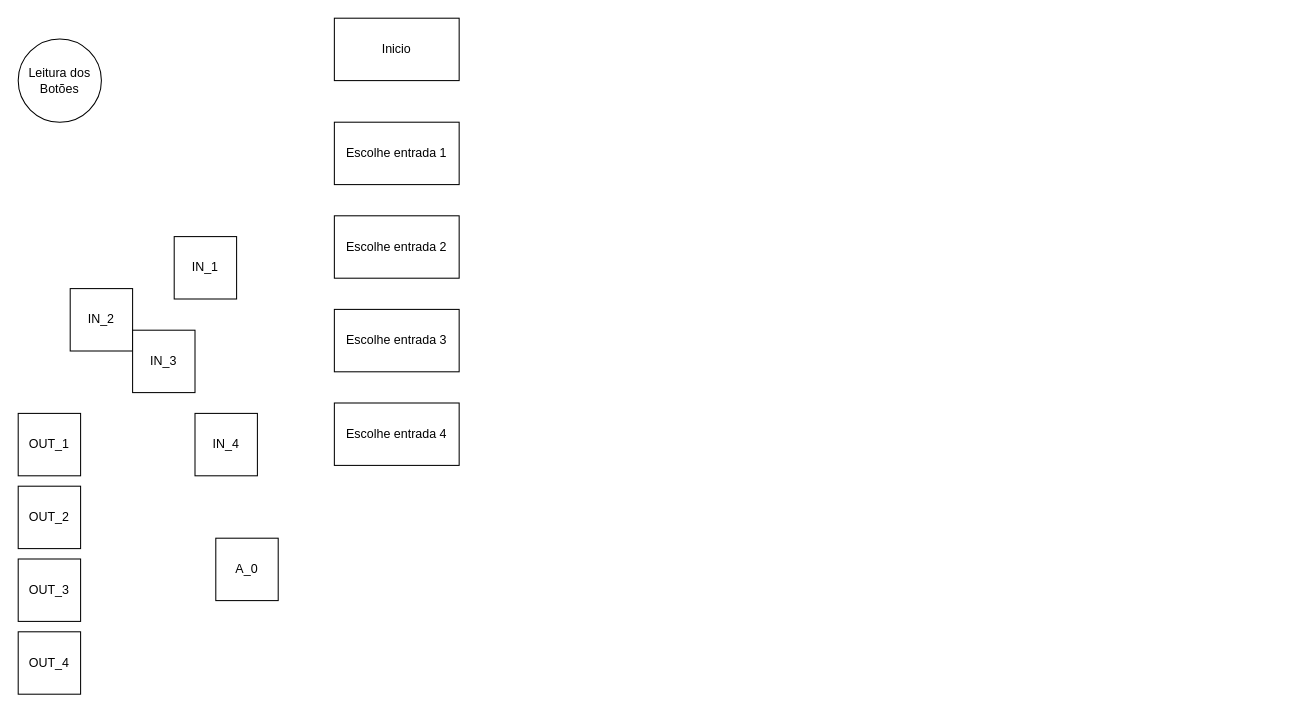
klauck-daniel/interfaceamentoDrivesUNISINOS keeps this draw.io diagram as 20230605_ESP32_TrabFinal/Diagrama sem nome.drawio. Above is the earlier version. Source tidied: cells renumbered, new cells numbered last; positions are measured from the earlier drawing's top-left corner, leaving out a move shared by most shapes. Both pictures are drawn from the tidied source at 104%, with x=0, y=0 at pixel (18, 18).
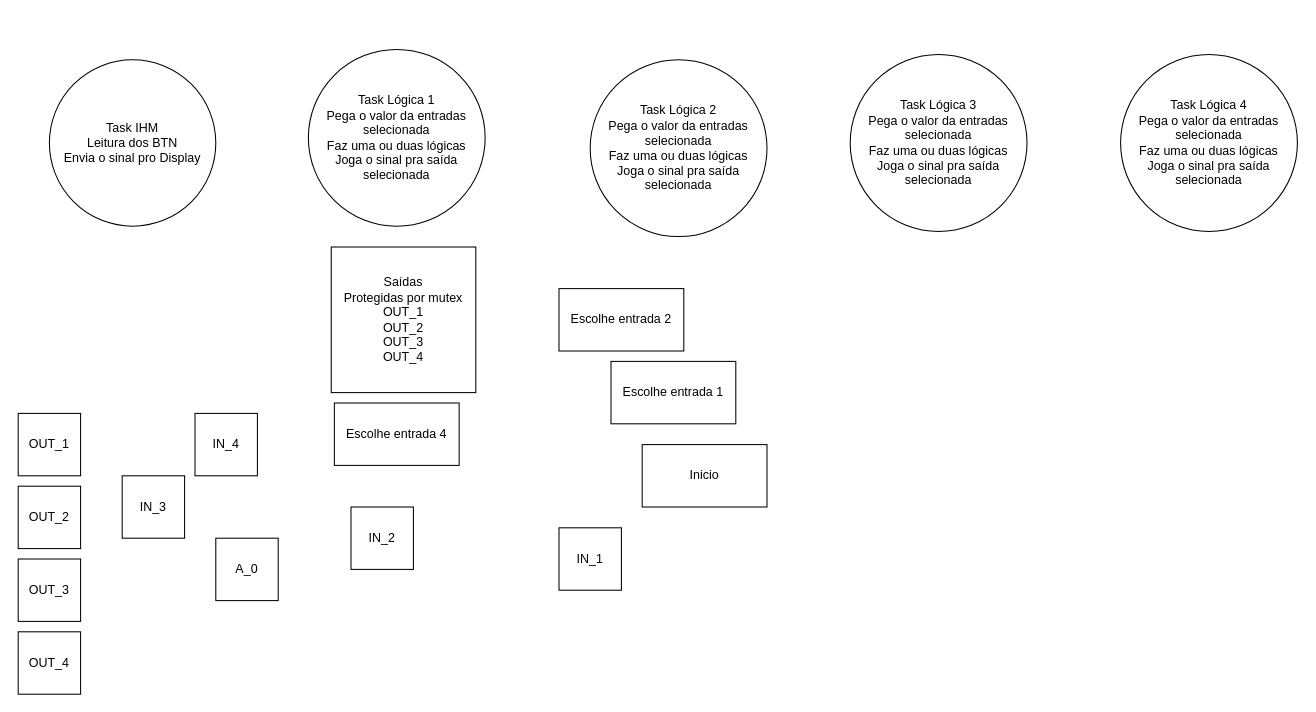
The same page after the edit.

Diff of the diagram source:
```diff
@@
     <mxCell id="2" value="IN_1" style="rounded=0;whiteSpace=wrap;html=1;" parent="1" vertex="1">
-      <mxGeometry x="150" y="210" width="60" height="60" as="geometry" />
+      <mxGeometry x="520" y="490" width="60" height="60" as="geometry" />
     </mxCell>
     <mxCell id="3" value="IN_2" style="rounded=0;whiteSpace=wrap;html=1;" parent="1" vertex="1">
-      <mxGeometry x="50" y="260" width="60" height="60" as="geometry" />
+      <mxGeometry x="320" y="470" width="60" height="60" as="geometry" />
     </mxCell>
     <mxCell id="4" value="IN_3" style="rounded=0;whiteSpace=wrap;html=1;" parent="1" vertex="1">
-      <mxGeometry x="110" y="300" width="60" height="60" as="geometry" />
+      <mxGeometry x="100" y="440" width="60" height="60" as="geometry" />
     </mxCell>
@@
     <mxCell id="11" value="Inicio" style="rounded=0;whiteSpace=wrap;html=1;" parent="1" vertex="1">
-      <mxGeometry x="304" width="120" height="60" as="geometry" />
+      <mxGeometry x="600" y="410" width="120" height="60" as="geometry" />
     </mxCell>
     <mxCell id="12" value="Escolhe entrada 1" style="rounded=0;whiteSpace=wrap;html=1;" parent="1" vertex="1">
-      <mxGeometry x="304" y="100" width="120" height="60" as="geometry" />
+      <mxGeometry x="570" y="330" width="120" height="60" as="geometry" />
     </mxCell>
     <mxCell id="13" value="Escolhe entrada 2" style="rounded=0;whiteSpace=wrap;html=1;" parent="1" vertex="1">
-      <mxGeometry x="304" y="190" width="120" height="60" as="geometry" />
+      <mxGeometry x="520" y="260" width="120" height="60" as="geometry" />
     </mxCell>
-    <mxCell id="14" value="Escolhe entrada 3" style="rounded=0;whiteSpace=wrap;html=1;" parent="1" vertex="1">
-      <mxGeometry x="304" y="280" width="120" height="60" as="geometry" />
+    <mxCell id="14" value="Saídas&lt;br&gt;Protegidas por mutex&lt;br&gt;OUT_1&lt;br&gt;OUT_2&lt;br&gt;OUT_3&lt;br style=&quot;border-color: var(--border-color);&quot;&gt;OUT_4" style="rounded=0;whiteSpace=wrap;html=1;" parent="1" vertex="1">
+      <mxGeometry x="301" y="220" width="139" height="140" as="geometry" />
     </mxCell>
@@
-    <mxCell id="16" value="Leitura dos Botões" style="ellipse;whiteSpace=wrap;html=1;" parent="1" vertex="1">
-      <mxGeometry y="20" width="80" height="80" as="geometry" />
+    <mxCell id="16" value="Task IHM&lt;br&gt;Leitura dos BTN&lt;br&gt;Envia o sinal pro Display" style="ellipse;whiteSpace=wrap;html=1;" parent="1" vertex="1">
+      <mxGeometry x="30" y="40" width="160" height="160" as="geometry" />
     </mxCell>
+    <mxCell id="17" value="Task Lógica 1&lt;br&gt;Pega o valor da entradas selecionada&lt;br&gt;Faz uma ou duas lógicas&lt;br&gt;Joga o sinal pra saída selecionada" style="ellipse;whiteSpace=wrap;html=1;" parent="1" vertex="1">
+      <mxGeometry x="279" y="30" width="170" height="170" as="geometry" />
+    </mxCell>
+    <mxCell id="18" value="Task Lógica 2&lt;br&gt;Pega o valor da entradas selecionada&lt;br&gt;Faz uma ou duas lógicas&lt;br&gt;Joga o sinal pra saída selecionada" style="ellipse;whiteSpace=wrap;html=1;" parent="1" vertex="1">
+      <mxGeometry x="550" y="40" width="170" height="170" as="geometry" />
+    </mxCell>
+    <mxCell id="19" value="Task Lógica 3&lt;br&gt;Pega o valor da entradas selecionada&lt;br&gt;Faz uma ou duas lógicas&lt;br&gt;Joga o sinal pra saída selecionada" style="ellipse;whiteSpace=wrap;html=1;" parent="1" vertex="1">
+      <mxGeometry x="800" y="35" width="170" height="170" as="geometry" />
+    </mxCell>
+    <mxCell id="20" value="Task Lógica 4&lt;br&gt;Pega o valor da entradas selecionada&lt;br&gt;Faz uma ou duas lógicas&lt;br&gt;Joga o sinal pra saída selecionada" style="ellipse;whiteSpace=wrap;html=1;" parent="1" vertex="1">
+      <mxGeometry x="1060" y="35" width="170" height="170" as="geometry" />
+    </mxCell>
```
